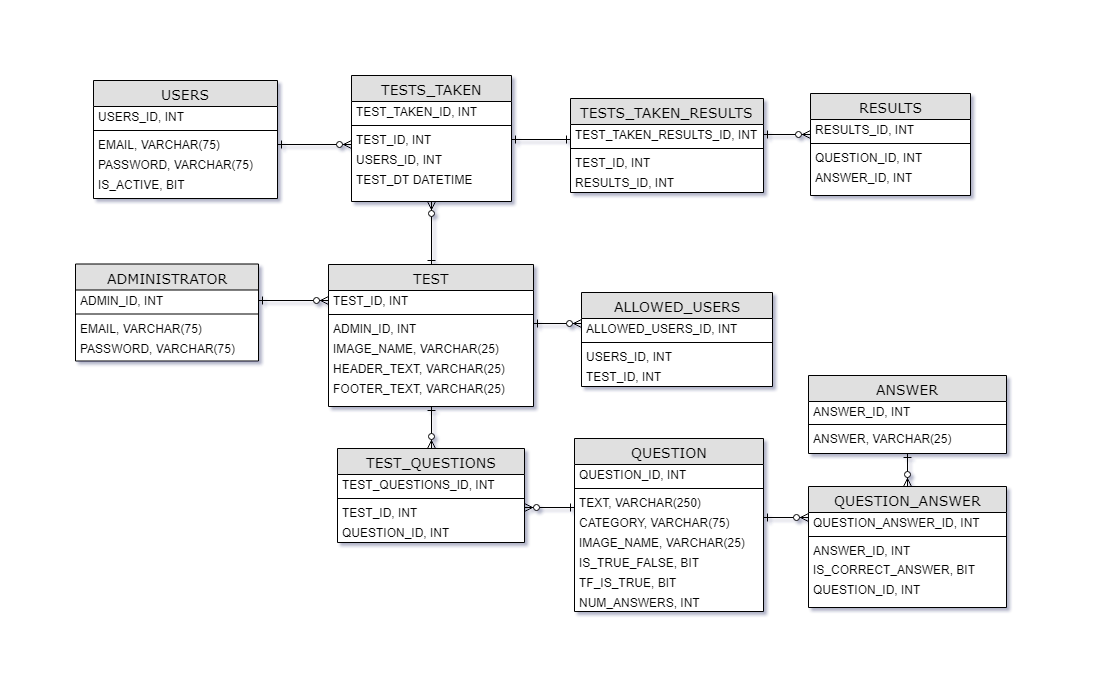
The draw.io diagram project-logistics/er-diagram.png in lprescott/QuizServe, before a commit. Source tidied: cells renumbered, new cells last; positions are measured from the earlier drawing's top-left corner, leaving out a move shared by most shapes.
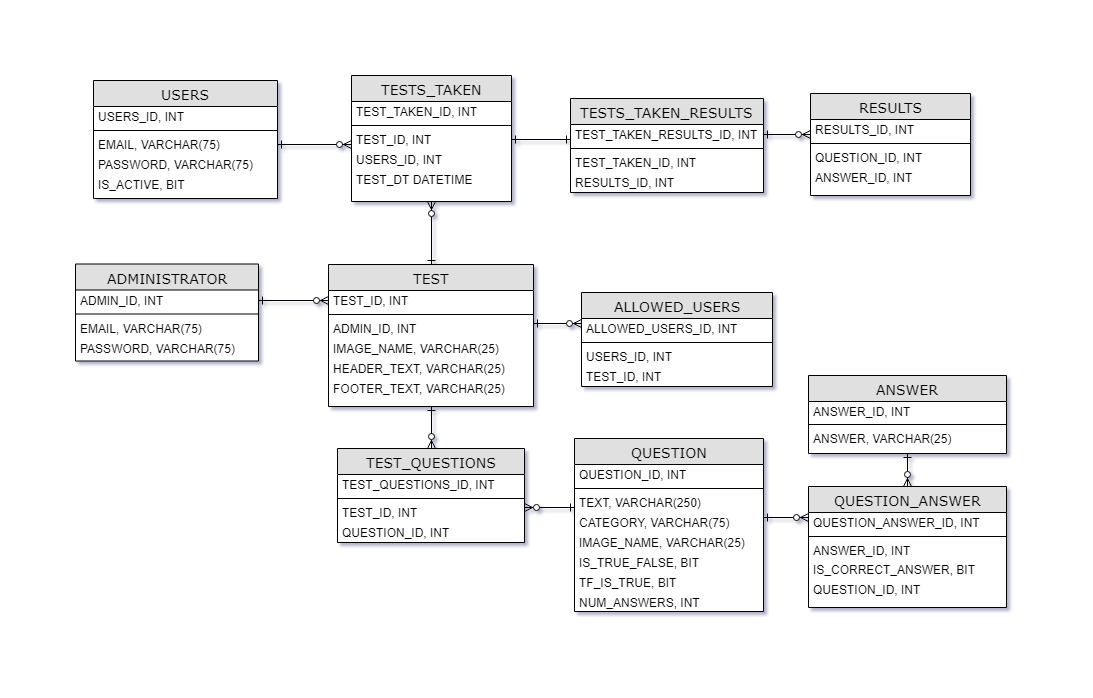
After the commit.

What changed in the source:
```diff
@@ -164,7 +164,7 @@
     <mxCell id="55" style="line;strokeWidth=1;fillColor=none;align=left;verticalAlign=middle;spacingTop=-1;spacingLeft=3;spacingRight=3;labelPosition=right;" parent="53" vertex="1">
       <mxGeometry y="46" width="193" height="8" as="geometry" />
     </mxCell>
-    <mxCell id="56" value="TEST_ID, INT" style="text;html=1;strokeColor=none;fillColor=none;align=left;verticalAlign=middle;whiteSpace=wrap;rounded=0;spacingLeft=0;spacingTop=0;spacing=5;" parent="53" vertex="1">
+    <mxCell id="56" value="TEST_TAKEN_ID, INT" style="text;html=1;strokeColor=none;fillColor=none;align=left;verticalAlign=middle;whiteSpace=wrap;rounded=0;spacingLeft=0;spacingTop=0;spacing=5;" parent="53" vertex="1">
       <mxGeometry y="54" width="193" height="20" as="geometry" />
     </mxCell>
     <mxCell id="57" value="RESULTS_ID, INT" style="text;html=1;strokeColor=none;fillColor=none;align=left;verticalAlign=middle;whiteSpace=wrap;rounded=0;spacingLeft=0;spacingTop=0;spacing=5;" parent="53" vertex="1">
```
